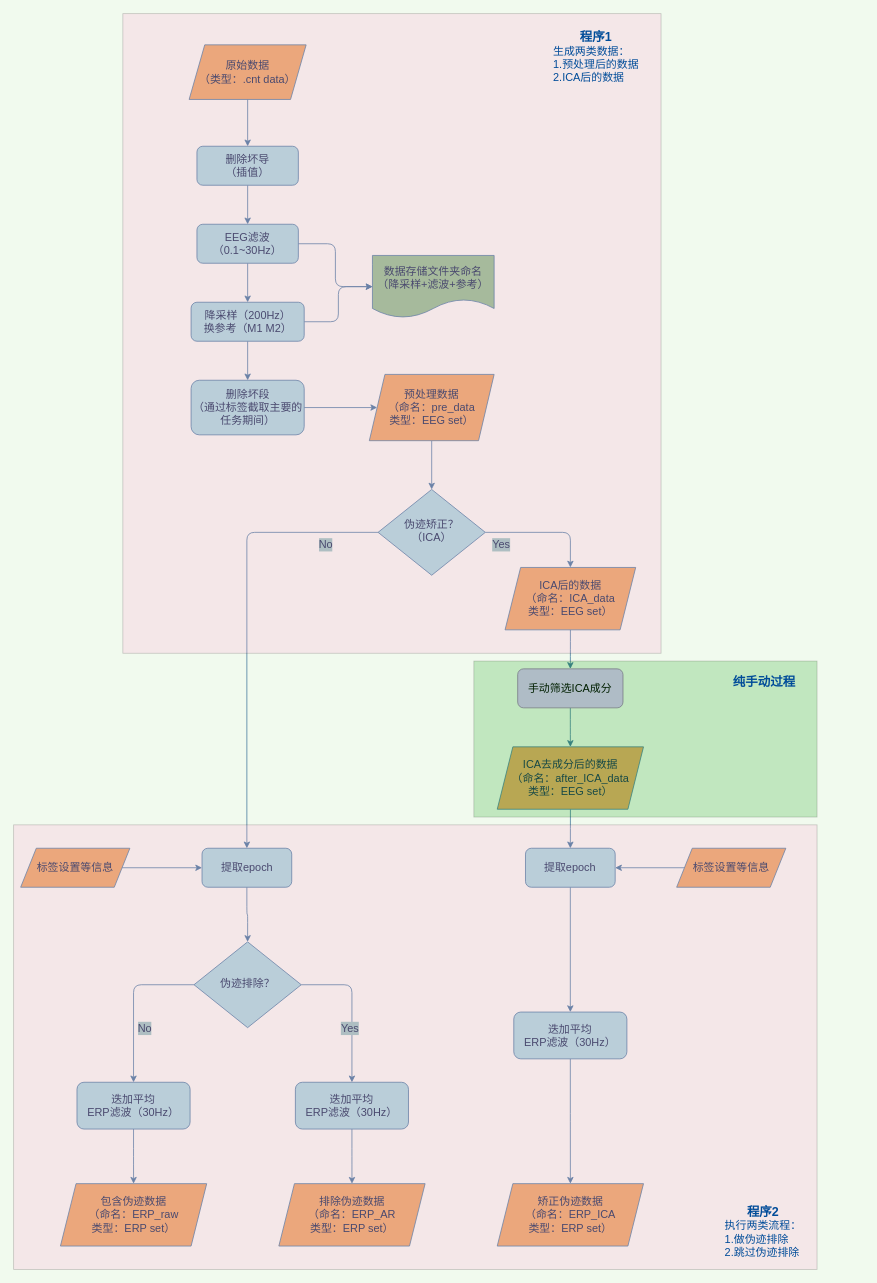
Before: EEG预处理流程.drawio in pilgrimmeng/Draw, a draw.io diagram. Source tidied: cells renumbered, new cells numbered last; positions are measured from the earlier drawing's top-left corner, leaving out a move shared by most shapes. Both pictures are drawn from the tidied source at 78%, with x=0, y=0 at pixel (13, 13).
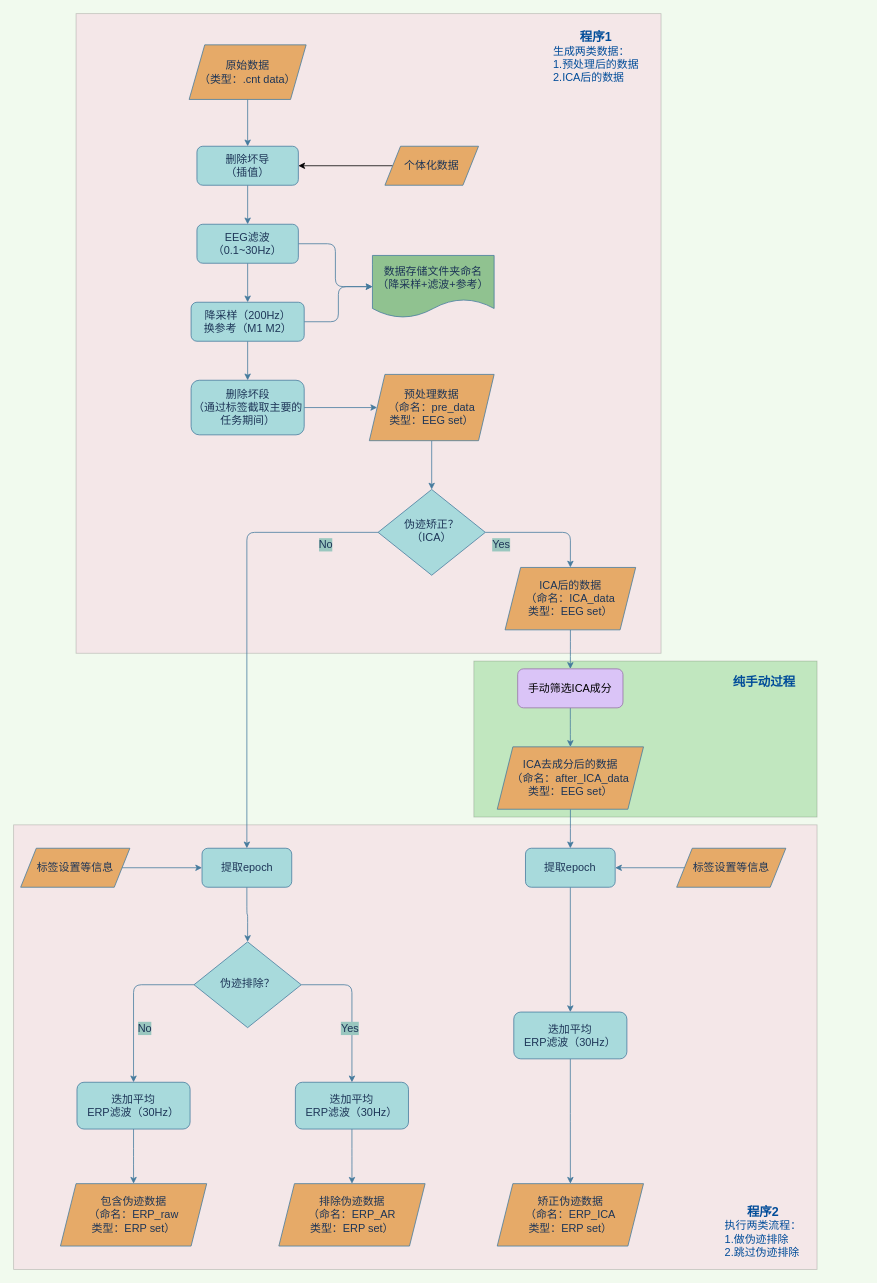
After the change.

Commit message:
更新EEG预处理流程.drawio

The change refers to these unchanged cells:
```xml
<mxCell id="3" value="删除坏导&lt;br&gt;（插值）" style="rounded=1;whiteSpace=wrap;html=1;fontSize=14;glass=0;strokeWidth=1;shadow=0;fillColor=#A8DADC;strokeColor=#457B9D;fontColor=#1D3557;" parent="1" vertex="1">
  <mxGeometry x="235" y="170" width="130" height="50" as="geometry" />
</mxCell>
```

Diff of the diagram source:
```diff
@@
+    <mxCell id="58" parent="0" />
+    <mxCell id="59" style="rounded=0;whiteSpace=wrap;html=1;fillColor=#FF99CC;opacity=20;" parent="58" vertex="1">
+      <mxGeometry y="1040" width="1030" height="570" as="geometry" />
+    </mxCell>
+    <mxCell id="54" value="&lt;div style=&quot;text-align: center&quot;&gt;&lt;font style=&quot;font-size: 16px&quot;&gt;程序2&lt;/font&gt;&lt;/div&gt;&lt;span style=&quot;font-size: 14px&quot;&gt;&lt;span style=&quot;font-weight: normal&quot;&gt;执行两类流程：&lt;/span&gt;&lt;br&gt;&lt;span style=&quot;font-weight: normal&quot;&gt;1.做伪迹排除&lt;/span&gt;&lt;br&gt;&lt;span style=&quot;font-weight: normal&quot;&gt;2.跳过&lt;/span&gt;&lt;/span&gt;&lt;span style=&quot;font-size: 14px ; font-weight: 400&quot;&gt;伪迹排除&lt;/span&gt;&lt;span style=&quot;font-size: 14px&quot;&gt;&lt;br&gt;&lt;/span&gt;" style="text;html=1;strokeColor=none;fillColor=none;align=left;verticalAlign=top;whiteSpace=wrap;rounded=0;opacity=20;fontStyle=1;fontColor=#004C99;" parent="58" vertex="1">
+      <mxGeometry x="910" y="1520" width="110.9" height="80.3" as="geometry" />
+    </mxCell>
+    <mxCell id="60" style="rounded=0;whiteSpace=wrap;html=1;fillColor=#FF99CC;opacity=20;" parent="58" vertex="1">
+      <mxGeometry x="80" width="750" height="820" as="geometry" />
+    </mxCell>
+    <mxCell id="51" value="&lt;div style=&quot;text-align: center&quot;&gt;&lt;font style=&quot;font-size: 16px&quot;&gt;程序1&lt;/font&gt;&lt;/div&gt;&lt;span style=&quot;font-size: 14px&quot;&gt;&lt;span style=&quot;font-weight: normal&quot;&gt;生成两类数据：&lt;/span&gt;&lt;br&gt;&lt;span style=&quot;font-weight: normal&quot;&gt;1.预处理后的数据&lt;/span&gt;&lt;br&gt;&lt;span style=&quot;font-weight: normal&quot;&gt;2.ICA后的数据&lt;/span&gt;&lt;br&gt;&lt;/span&gt;" style="text;html=1;strokeColor=none;fillColor=none;align=left;verticalAlign=top;whiteSpace=wrap;rounded=0;opacity=20;fontStyle=1;fontColor=#004C99;" parent="58" vertex="1">
+      <mxGeometry x="690" y="13.9" width="127.9" height="86.1" as="geometry" />
+    </mxCell>
+    <mxCell id="61" style="rounded=0;whiteSpace=wrap;html=1;opacity=20;fillColor=#009900;" parent="58" vertex="1">
+      <mxGeometry x="590" y="830" width="440" height="200" as="geometry" />
+    </mxCell>
+    <mxCell id="57" value="&lt;div style=&quot;&quot;&gt;&lt;span style=&quot;font-size: 16px&quot;&gt;纯手动过程&lt;/span&gt;&lt;/div&gt;&lt;span style=&quot;font-size: 14px&quot;&gt;&lt;br&gt;&lt;/span&gt;" style="text;html=1;strokeColor=none;fillColor=none;align=center;verticalAlign=top;whiteSpace=wrap;rounded=0;opacity=20;fontStyle=1;fontColor=#004C99;" parent="58" vertex="1">
+      <mxGeometry x="907" y="840" width="110.9" height="100" as="geometry" />
+    </mxCell>
@@
-    <mxCell id="50" style="rounded=0;whiteSpace=wrap;html=1;fillColor=#FF99CC;opacity=20;" parent="1" vertex="1">
-      <mxGeometry x="140" width="690" height="820" as="geometry" />
-    </mxCell>
-    <mxCell id="51" value="&lt;div style=&quot;text-align: center&quot;&gt;&lt;font style=&quot;font-size: 16px&quot;&gt;程序1&lt;/font&gt;&lt;/div&gt;&lt;span style=&quot;font-size: 14px&quot;&gt;&lt;span style=&quot;font-weight: normal&quot;&gt;生成两类数据：&lt;/span&gt;&lt;br&gt;&lt;span style=&quot;font-weight: normal&quot;&gt;1.预处理后的数据&lt;/span&gt;&lt;br&gt;&lt;span style=&quot;font-weight: normal&quot;&gt;2.ICA后的数据&lt;/span&gt;&lt;br&gt;&lt;/span&gt;" style="text;html=1;strokeColor=none;fillColor=none;align=left;verticalAlign=top;whiteSpace=wrap;rounded=0;opacity=20;fontStyle=1;fontColor=#004C99;" parent="1" vertex="1">
-      <mxGeometry x="690" y="13.9" width="127.9" height="86.1" as="geometry" />
-    </mxCell>
-    <mxCell id="52" style="group;" parent="1" vertex="1">
-      <mxGeometry y="1040" width="1030" height="570" as="geometry" />
-    </mxCell>
-    <mxCell id="53" style="rounded=0;whiteSpace=wrap;html=1;fillColor=#FF99CC;opacity=20;" parent="52" vertex="1">
-      <mxGeometry width="1030" height="570" as="geometry" />
-    </mxCell>
-    <mxCell id="54" value="&lt;div style=&quot;text-align: center&quot;&gt;&lt;font style=&quot;font-size: 16px&quot;&gt;程序2&lt;/font&gt;&lt;/div&gt;&lt;span style=&quot;font-size: 14px&quot;&gt;&lt;span style=&quot;font-weight: normal&quot;&gt;执行两类流程：&lt;/span&gt;&lt;br&gt;&lt;span style=&quot;font-weight: normal&quot;&gt;1.做伪迹排除&lt;/span&gt;&lt;br&gt;&lt;span style=&quot;font-weight: normal&quot;&gt;2.跳过&lt;/span&gt;&lt;/span&gt;&lt;span style=&quot;font-size: 14px ; font-weight: 400&quot;&gt;伪迹排除&lt;/span&gt;&lt;span style=&quot;font-size: 14px&quot;&gt;&lt;br&gt;&lt;/span&gt;" style="text;html=1;strokeColor=none;fillColor=none;align=left;verticalAlign=top;whiteSpace=wrap;rounded=0;opacity=20;fontStyle=1;fontColor=#004C99;" parent="52" vertex="1">
-      <mxGeometry x="910" y="480" width="110.9" height="80.3" as="geometry" />
-    </mxCell>
-    <mxCell id="55" style="group;" parent="1" vertex="1">
-      <mxGeometry x="60" y="620" width="1030" height="570" as="geometry" />
-    </mxCell>
-    <mxCell id="56" style="rounded=0;whiteSpace=wrap;html=1;opacity=20;fillColor=#009900;" parent="55" vertex="1">
-      <mxGeometry x="530" y="210" width="440" height="200" as="geometry" />
-    </mxCell>
-    <mxCell id="57" value="&lt;div style=&quot;&quot;&gt;&lt;span style=&quot;font-size: 16px&quot;&gt;纯手动过程&lt;/span&gt;&lt;/div&gt;&lt;span style=&quot;font-size: 14px&quot;&gt;&lt;br&gt;&lt;/span&gt;" style="text;html=1;strokeColor=none;fillColor=none;align=center;verticalAlign=top;whiteSpace=wrap;rounded=0;opacity=20;fontStyle=1;fontColor=#004C99;" parent="55" vertex="1">
-      <mxGeometry x="847" y="220" width="110.9" height="100" as="geometry" />
-    </mxCell>
+    <mxCell id="62" style="edgeStyle=orthogonalEdgeStyle;rounded=0;jettySize=auto;html=1;" parent="1" edge="1" source="63" target="3">
+      <mxGeometry relative="1" as="geometry" />
+    </mxCell>
+    <mxCell id="63" value="个体化数据" style="shape=parallelogram;perimeter=parallelogramPerimeter;whiteSpace=wrap;html=1;fixedSize=1;rounded=0;sketch=0;fontColor=#1D3557;strokeColor=#457B9D;fontSize=14;fillColor=#E6AA68;" parent="1" vertex="1">
+      <mxGeometry x="476" y="170" width="120" height="50" as="geometry" />
+    </mxCell>
```
